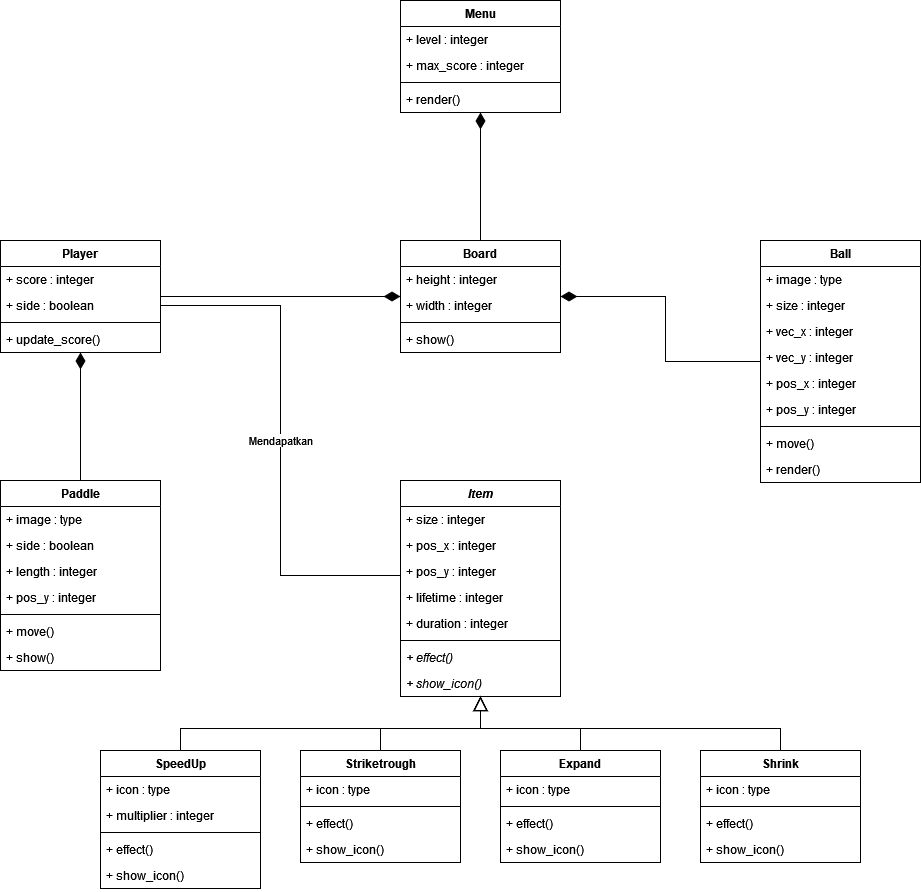
Earlier version of the draw.io export UML/diagram_UML.png (n0l3r/Pong-Plus). Source tidied: cells renumbered, new cells last; positions are measured from the earlier drawing's top-left corner, leaving out a move shared by most shapes.
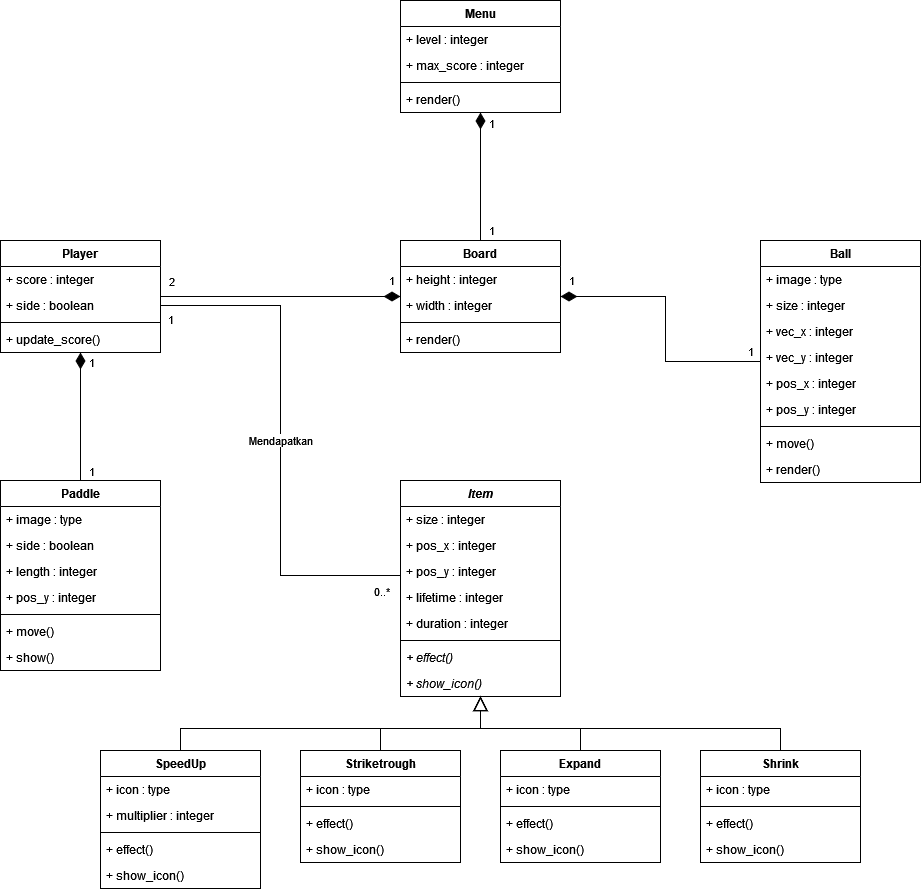
Above is the later version.

What changed in the source:
```diff
@@ -5,6 +5,16 @@
     <mxCell id="2" style="edgeStyle=orthogonalEdgeStyle;rounded=0;jettySize=auto;html=1;exitX=0.5;exitY=0;exitDx=0;exitDy=0;endArrow=diamondThin;endFill=1;endSize=14;strokeWidth=1;" parent="1" edge="1" source="3" target="62">
       <mxGeometry relative="1" as="geometry" />
     </mxCell>
+    <mxCell id="74" value="1" style="edgeLabel;html=1;align=center;verticalAlign=middle;" parent="2" vertex="1">
+      <mxGeometry x="0.86" y="-1" relative="1" as="geometry">
+        <mxPoint x="9" as="offset" />
+      </mxGeometry>
+    </mxCell>
+    <mxCell id="75" value="1" style="edgeLabel;html=1;align=center;verticalAlign=middle;" parent="2" vertex="1">
+      <mxGeometry x="-0.88" relative="1" as="geometry">
+        <mxPoint x="10" y="-2" as="offset" />
+      </mxGeometry>
+    </mxCell>
     <mxCell id="3" value="Paddle" style="swimlane;fontStyle=1;align=center;verticalAlign=top;horizontal=1;startSize=26;" parent="1" vertex="1">
       <mxGeometry y="480" width="160" height="190" as="geometry" />
     </mxCell>
@@ -62,6 +72,16 @@
     <mxCell id="21" style="edgeStyle=orthogonalEdgeStyle;rounded=0;jettySize=auto;html=1;endArrow=diamondThin;endFill=1;endSize=14;strokeWidth=1;" parent="1" edge="1" source="11" target="22">
       <mxGeometry relative="1" as="geometry" />
     </mxCell>
+    <mxCell id="76" value="1" style="edgeLabel;html=1;align=center;verticalAlign=middle;" parent="21" vertex="1">
+      <mxGeometry x="0.93" relative="1" as="geometry">
+        <mxPoint y="-17" as="offset" />
+      </mxGeometry>
+    </mxCell>
+    <mxCell id="77" value="1" style="edgeLabel;html=1;align=center;verticalAlign=middle;" parent="21" vertex="1">
+      <mxGeometry x="-0.97" relative="1" as="geometry">
+        <mxPoint x="-6" y="-11" as="offset" />
+      </mxGeometry>
+    </mxCell>
     <mxCell id="22" value="Board" style="swimlane;fontStyle=1;align=center;verticalAlign=top;horizontal=1;startSize=26;" parent="1" vertex="1">
       <mxGeometry x="400" y="240" width="160" height="112" as="geometry" />
     </mxCell>
@@ -74,7 +94,7 @@
     <mxCell id="25" style="line;strokeWidth=1;fillColor=none;align=left;verticalAlign=middle;spacingTop=-1;spacingLeft=3;spacingRight=3;labelPosition=right;" parent="22" vertex="1">
       <mxGeometry y="78" width="160" height="8" as="geometry" />
     </mxCell>
-    <mxCell id="26" value="+ show()" style="text;strokeColor=none;fillColor=none;align=left;verticalAlign=top;spacingLeft=4;spacingRight=4;overflow=hidden;" parent="22" vertex="1">
+    <mxCell id="26" value="+ render()" style="text;strokeColor=none;fillColor=none;align=left;verticalAlign=top;spacingLeft=4;spacingRight=4;overflow=hidden;" parent="22" vertex="1">
       <mxGeometry y="86" width="160" height="26" as="geometry" />
     </mxCell>
     <mxCell id="27" style="edgeStyle=orthogonalEdgeStyle;rounded=0;jettySize=auto;html=1;exitX=0.5;exitY=0;exitDx=0;exitDy=0;entryX=0.5;entryY=1;entryDx=0;entryDy=0;endArrow=block;endFill=0;endSize=12;" parent="1" edge="1" source="50" target="28">
@@ -182,6 +202,16 @@
     <mxCell id="61" style="edgeStyle=orthogonalEdgeStyle;rounded=0;jettySize=auto;html=1;endArrow=diamondThin;endFill=1;strokeWidth=1;endSize=14;" parent="1" edge="1" source="62" target="22">
       <mxGeometry relative="1" as="geometry" />
     </mxCell>
+    <mxCell id="78" value="1" style="edgeLabel;html=1;align=center;verticalAlign=middle;" parent="61" vertex="1">
+      <mxGeometry x="0.93" relative="1" as="geometry">
+        <mxPoint x="-1" y="-17" as="offset" />
+      </mxGeometry>
+    </mxCell>
+    <mxCell id="79" value="2" style="edgeLabel;html=1;align=center;verticalAlign=middle;" parent="61" vertex="1">
+      <mxGeometry x="-0.95" relative="1" as="geometry">
+        <mxPoint x="4" y="-16" as="offset" />
+      </mxGeometry>
+    </mxCell>
     <mxCell id="62" value="Player" style="swimlane;fontStyle=1;align=center;verticalAlign=top;horizontal=1;startSize=26;" parent="1" vertex="1">
       <mxGeometry y="240" width="160" height="112" as="geometry" />
     </mxCell>
@@ -205,9 +235,29 @@
         </Array>
       </mxGeometry>
     </mxCell>
+    <mxCell id="80" value="1" style="edgeLabel;html=1;align=center;verticalAlign=middle;" parent="67" vertex="1">
+      <mxGeometry x="-0.97" relative="1" as="geometry">
+        <mxPoint x="2" y="13" as="offset" />
+      </mxGeometry>
+    </mxCell>
+    <mxCell id="81" value="0..*" style="edgeLabel;html=1;align=center;verticalAlign=middle;" parent="67" vertex="1">
+      <mxGeometry x="0.97" relative="1" as="geometry">
+        <mxPoint x="-13" y="15" as="offset" />
+      </mxGeometry>
+    </mxCell>
     <mxCell id="68" style="edgeStyle=orthogonalEdgeStyle;rounded=0;jettySize=auto;html=1;endArrow=diamondThin;endFill=1;endSize=14;strokeWidth=1;exitX=0.5;exitY=0;exitDx=0;exitDy=0;" parent="1" edge="1" source="22" target="69">
       <mxGeometry relative="1" as="geometry" />
     </mxCell>
+    <mxCell id="82" value="1" style="edgeLabel;html=1;align=center;verticalAlign=middle;" parent="68" vertex="1">
+      <mxGeometry x="0.84" y="-1" relative="1" as="geometry">
+        <mxPoint x="9" as="offset" />
+      </mxGeometry>
+    </mxCell>
+    <mxCell id="83" value="1" style="edgeLabel;html=1;align=center;verticalAlign=middle;" parent="68" vertex="1">
+      <mxGeometry x="-0.91" relative="1" as="geometry">
+        <mxPoint x="10" y="-4" as="offset" />
+      </mxGeometry>
+    </mxCell>
     <mxCell id="69" value="Menu" style="swimlane;fontStyle=1;align=center;verticalAlign=top;horizontal=1;startSize=26;" parent="1" vertex="1">
       <mxGeometry x="400" width="160" height="112" as="geometry" />
     </mxCell>
```
